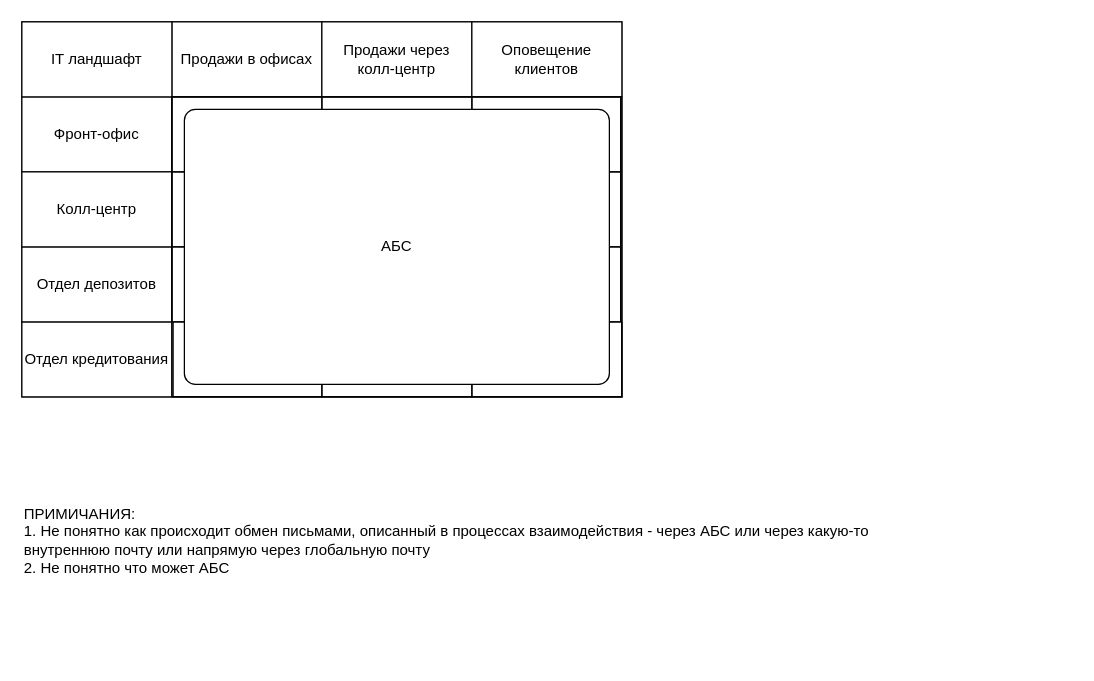
Before: Task 1/it_landscape.drawio in mEssiaHofDarK/architecture-standart, a draw.io diagram. Source tidied: cells renumbered, new cells numbered last; positions are measured from the earlier drawing's top-left corner, leaving out a move shared by most shapes. Both pictures are drawn from the tidied source at 125%, with x=0, y=0 at pixel (21, 21).
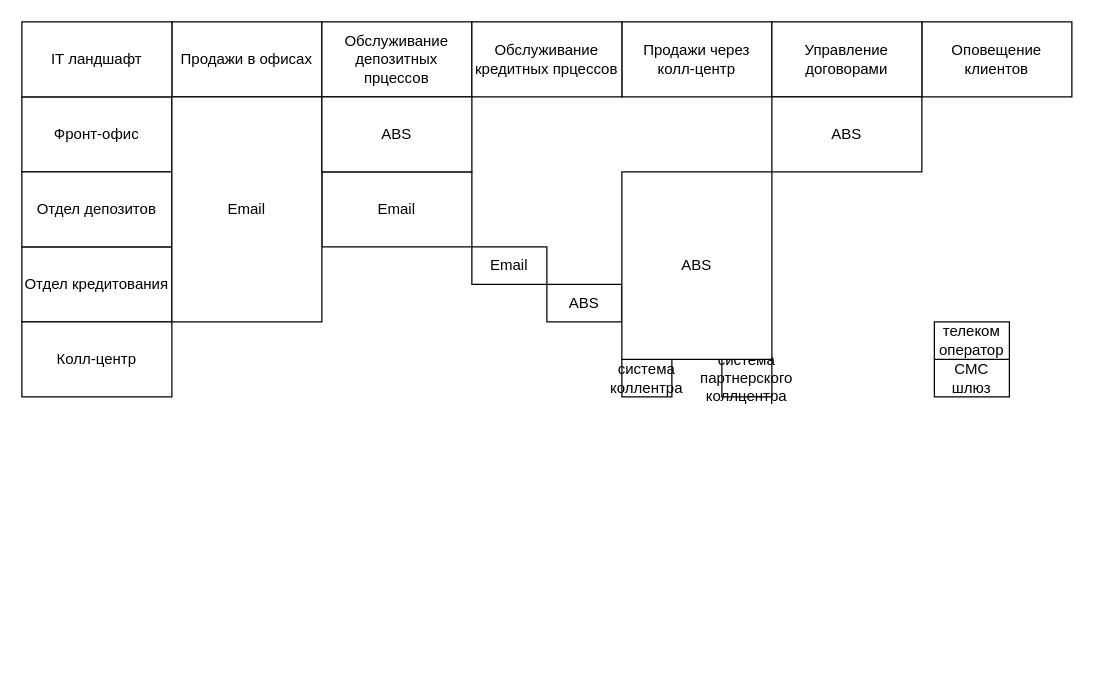
The same page after the edit.

Change to the diagram source:
```diff
@@
-    <mxCell id="2" style="rounded=0;whiteSpace=wrap;html=1;fillColor=none;" parent="1" vertex="1">
-      <mxGeometry width="480" height="300" as="geometry" />
-    </mxCell>
@@
-    <mxCell id="5" value="Отдел кредитования" style="rounded=0;whiteSpace=wrap;html=1;" parent="1" vertex="1">
-      <mxGeometry y="240" width="120" height="60" as="geometry" />
+    <mxCell id="5" value="Отдел кредитования" style="rounded=0;whiteSpace=wrap;html=1;strokeColor=default;align=center;verticalAlign=middle;fontFamily=Helvetica;fontSize=12;fontColor=default;fillColor=default;" parent="1" vertex="1">
+      <mxGeometry y="180" width="120" height="60" as="geometry" />
     </mxCell>
     <mxCell id="6" value="Отдел депозитов" style="rounded=0;whiteSpace=wrap;html=1;" parent="1" vertex="1">
-      <mxGeometry y="180" width="120" height="60" as="geometry" />
+      <mxGeometry y="120" width="120" height="60" as="geometry" />
     </mxCell>
     <mxCell id="7" value="Продажи через колл-центр" style="rounded=0;whiteSpace=wrap;html=1;" parent="1" vertex="1">
-      <mxGeometry x="240" width="120" height="60" as="geometry" />
+      <mxGeometry x="480" width="120" height="60" as="geometry" />
     </mxCell>
     <mxCell id="8" value="Оповещение клиентов" style="rounded=0;whiteSpace=wrap;html=1;" parent="1" vertex="1">
-      <mxGeometry x="360" width="120" height="60" as="geometry" />
+      <mxGeometry x="720" width="120" height="60" as="geometry" />
     </mxCell>
@@
     <mxCell id="10" value="Колл-центр" style="rounded=0;whiteSpace=wrap;html=1;" parent="1" vertex="1">
-      <mxGeometry y="120" width="120" height="60" as="geometry" />
+      <mxGeometry y="240" width="120" height="60" as="geometry" />
     </mxCell>
-    <mxCell id="11" style="group;" parent="1" vertex="1">
-      <mxGeometry x="120" y="60" width="360" height="254" as="geometry" />
-    </mxCell>
-    <mxCell id="12" style="rounded=0;whiteSpace=wrap;html=1;fillColor=none;" parent="11" vertex="1">
-      <mxGeometry width="120" height="240" as="geometry" />
-    </mxCell>
-    <mxCell id="13" style="rounded=0;whiteSpace=wrap;html=1;fillColor=none;" parent="11" vertex="1">
-      <mxGeometry x="120" width="120" height="240" as="geometry" />
-    </mxCell>
-    <mxCell id="14" style="rounded=0;whiteSpace=wrap;html=1;fillColor=none;" parent="11" vertex="1">
-      <mxGeometry x="240" width="120" height="240" as="geometry" />
-    </mxCell>
-    <mxCell id="15" style="rounded=0;whiteSpace=wrap;html=1;fillColor=none;" parent="11" vertex="1">
-      <mxGeometry width="359" height="60" as="geometry" />
-    </mxCell>
-    <mxCell id="16" style="rounded=0;whiteSpace=wrap;html=1;fillColor=none;" parent="11" vertex="1">
-      <mxGeometry y="120" width="359" height="60" as="geometry" />
-    </mxCell>
-    <mxCell id="17" style="rounded=0;whiteSpace=wrap;html=1;fillColor=none;" parent="11" vertex="1">
-      <mxGeometry x="1" y="180" width="359" height="60" as="geometry" />
-    </mxCell>
-    <mxCell id="18" style="rounded=0;whiteSpace=wrap;html=1;fillColor=none;" parent="11" vertex="1">
-      <mxGeometry y="60" width="359" height="60" as="geometry" />
-    </mxCell>
-    <mxCell id="19" value="АБС" style="rounded=1;whiteSpace=wrap;html=1;arcSize=4;" parent="11" vertex="1">
-      <mxGeometry x="10" y="10" width="340" height="220" as="geometry" />
-    </mxCell>
-    <mxCell id="20" value="ПРИМИЧАНИЯ:&lt;div&gt;1. Не понятно как происходит обмен письмами, описанный в процессах взаимодействия - через АБС или через какую-то внутреннюю почту или напрямую через глобальную почту&lt;/div&gt;&lt;div&gt;2. Не понятно что может АБС&lt;/div&gt;" style="text;html=1;align=left;verticalAlign=middle;whiteSpace=wrap;rounded=0;" parent="1" vertex="1">
-      <mxGeometry y="320" width="740" height="190" as="geometry" />
-    </mxCell>
+    <mxCell id="21" value="Обслуживание депозитных прцессов" style="rounded=0;whiteSpace=wrap;html=1;" parent="1" vertex="1">
+      <mxGeometry x="240" width="120" height="60" as="geometry" />
+    </mxCell>
+    <mxCell id="22" value="Обслуживание кредитных прцессов" style="rounded=0;whiteSpace=wrap;html=1;" parent="1" vertex="1">
+      <mxGeometry x="360" width="120" height="60" as="geometry" />
+    </mxCell>
+    <mxCell id="23" value="Управление договорами" style="rounded=0;whiteSpace=wrap;html=1;" parent="1" vertex="1">
+      <mxGeometry x="600" width="120" height="60" as="geometry" />
+    </mxCell>
+    <mxCell id="24" value="Email" style="rounded=0;whiteSpace=wrap;html=1;" parent="1" vertex="1">
+      <mxGeometry x="240" y="120" width="120" height="60" as="geometry" />
+    </mxCell>
+    <mxCell id="25" value="ABS" style="rounded=0;whiteSpace=wrap;html=1;" parent="1" vertex="1">
+      <mxGeometry x="420" y="210" width="60" height="30" as="geometry" />
+    </mxCell>
+    <mxCell id="26" value="Email" style="rounded=0;whiteSpace=wrap;html=1;" parent="1" vertex="1">
+      <mxGeometry x="120" y="60" width="120" height="180" as="geometry" />
+    </mxCell>
+    <mxCell id="27" value="Email" style="rounded=0;whiteSpace=wrap;html=1;" parent="1" vertex="1">
+      <mxGeometry x="360" y="180" width="60" height="30" as="geometry" />
+    </mxCell>
+    <mxCell id="28" value="система коллентра" style="rounded=0;whiteSpace=wrap;html=1;" parent="1" vertex="1">
+      <mxGeometry x="480" y="270" width="40" height="30" as="geometry" />
+    </mxCell>
+    <mxCell id="29" value="система партнерского коллцентра" style="rounded=0;whiteSpace=wrap;html=1;" parent="1" vertex="1">
+      <mxGeometry x="560" y="270" width="40" height="30" as="geometry" />
+    </mxCell>
+    <mxCell id="30" value="ABS" style="rounded=0;whiteSpace=wrap;html=1;" parent="1" vertex="1">
+      <mxGeometry x="480" y="120" width="120" height="150" as="geometry" />
+    </mxCell>
+    <mxCell id="31" value="СМС шлюз" style="rounded=0;whiteSpace=wrap;html=1;" parent="1" vertex="1">
+      <mxGeometry x="730" y="270" width="60" height="30" as="geometry" />
+    </mxCell>
+    <mxCell id="32" value="телеком оператор" style="rounded=0;whiteSpace=wrap;html=1;" parent="1" vertex="1">
+      <mxGeometry x="730" y="240" width="60" height="30" as="geometry" />
+    </mxCell>
+    <mxCell id="33" value="ABS" style="rounded=0;whiteSpace=wrap;html=1;" parent="1" vertex="1">
+      <mxGeometry x="600" y="60" width="120" height="60" as="geometry" />
+    </mxCell>
+    <mxCell id="34" value="ABS" style="rounded=0;whiteSpace=wrap;html=1;" parent="1" vertex="1">
+      <mxGeometry x="240" y="60" width="120" height="60" as="geometry" />
+    </mxCell>
```
